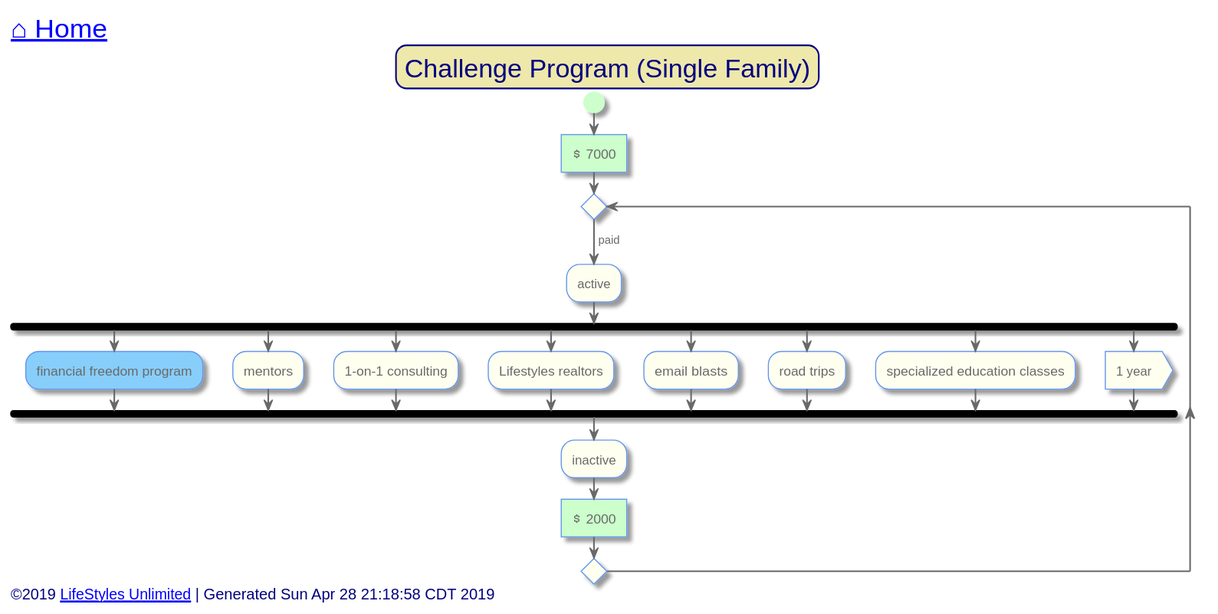
Before: out/src/single-family/challenge-program.svg, a diagram exported from PlantUML (toddmo/lifestylesunlimited).
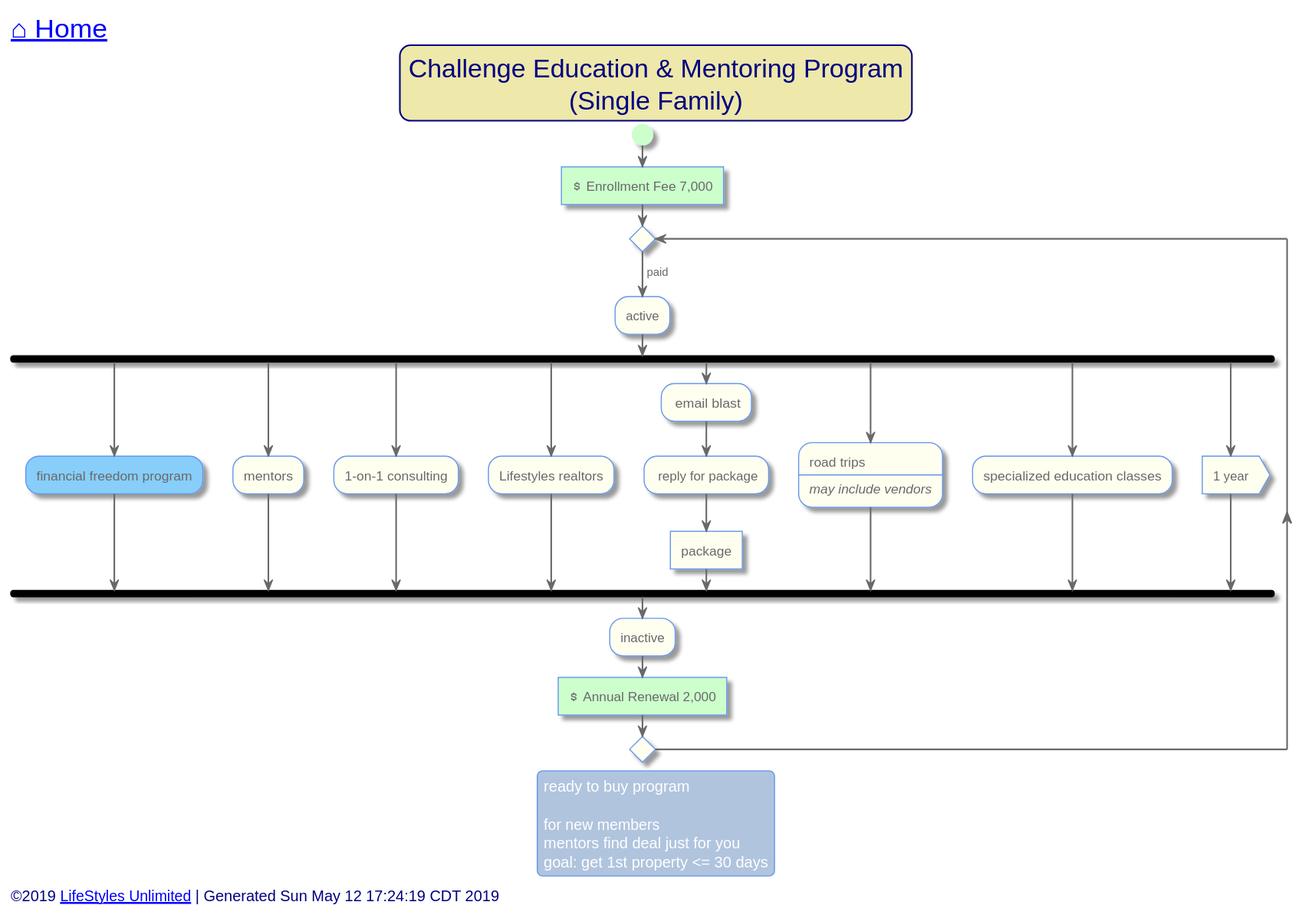
The same file after the commit.

The edit, as a diff of the source:
```diff
@@ -79,11 +79,11 @@
 endheader
 
 
-	Title Challenge Program (Single Family)
+	Title Challenge Education & Mentoring Program\n(Single Family)
 
 	start
 
-	#PHYSICAL:<&dollar> 7000]
+	#PHYSICAL:<&dollar> Enrollment Fee 7,000]
 
 	repeat
 		->paid;
@@ -97,9 +97,14 @@
 		fork again
 			:Lifestyles realtors;
 		fork again
-			:email blasts;
+			:<&email> email blast;
+			:<&email> reply for package;
+			:package]
 		fork again
-			:road trips;
+			:road trips
+			----
+			<i>may include vendors;
+
 		fork again
 			:specialized education classes;
 
@@ -108,13 +113,21 @@
 		end fork
 		:inactive;
 
-		#PHYSICAL:<&dollar> 2000]
+		#PHYSICAL:<&dollar> Annual Renewal 2,000]
 	repeat while ()
+
+	legend
+		ready to buy program
+
+		for new members
+		mentors find deal just for you
+		goal: get 1st property <= 30 days
+	end legend
 
 
 
 left footer
-	<font size=14>©2019 [[http://www.lifestylesunlimited.com LifeStyles Unlimited]] | Generated Sun Apr 28 21:18:58 CDT 2019</font>
+	<font size=14>©2019 [[http://www.lifestylesunlimited.com LifeStyles Unlimited]] | Generated Sun May 12 17:24:19 CDT 2019</font>
 endfooter
 
 
```
